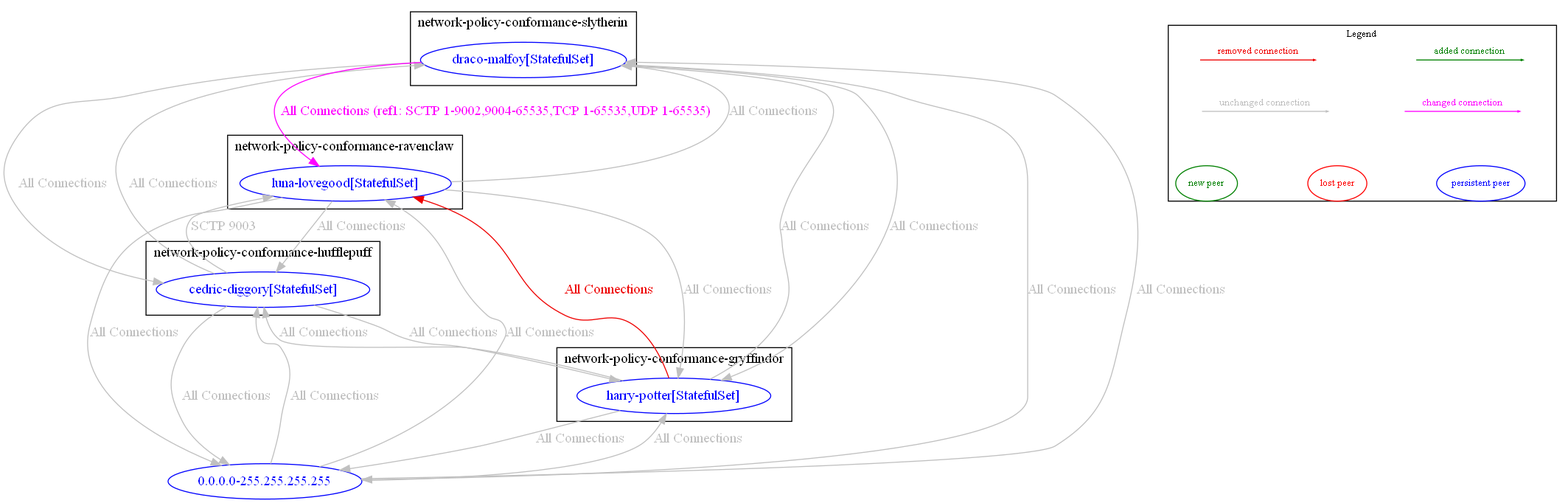
The Graphviz diagram test_outputs/diff/diff_between_anp_test_8_swapping_rules_and_anp_test_8.dot.png in np-guard/netpol-analyzer, before a commit. Its source is kept beside it as test_outputs/diff/diff_between_anp_test_8_swapping_rules_and_anp_test_8.dot.
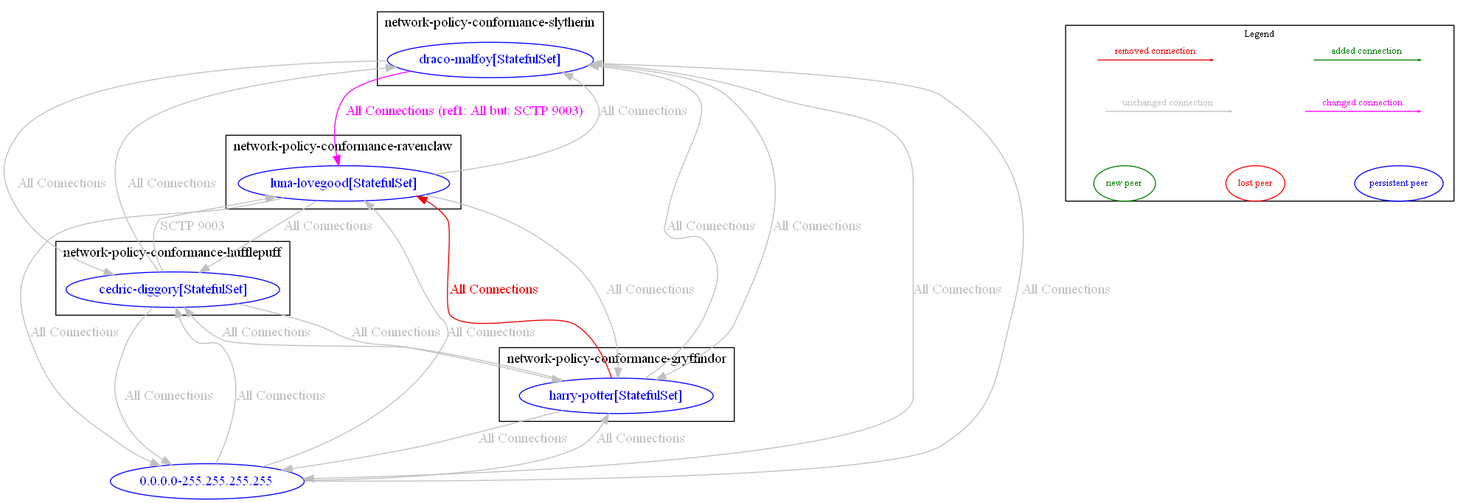
The same diagram one commit later.

The edit, as a diff of the source:
```diff
@@ -35,7 +35,7 @@
 	"network-policy-conformance-slytherin/draco-malfoy[StatefulSet]" -> "0.0.0.0-255.255.255.255" [label="All Connections" color="grey" fontcolor="grey" weight=1]
 	"network-policy-conformance-slytherin/draco-malfoy[StatefulSet]" -> "network-policy-conformance-gryffindor/harry-potter[StatefulSet]" [label="All Connections" color="grey" fontcolor="grey" weight=1]
 	"network-policy-conformance-slytherin/draco-malfoy[StatefulSet]" -> "network-policy-conformance-hufflepuff/cedric-diggory[StatefulSet]" [label="All Connections" color="grey" fontcolor="grey" weight=1]
-	"network-policy-conformance-slytherin/draco-malfoy[StatefulSet]" -> "network-policy-conformance-ravenclaw/luna-lovegood[StatefulSet]" [label="All Connections (ref1: SCTP 1-9002,9004-65535,TCP 1-65535,UDP 1-65535)" color="magenta" fontcolor="magenta" weight=1]
+	"network-policy-conformance-slytherin/draco-malfoy[StatefulSet]" -> "network-policy-conformance-ravenclaw/luna-lovegood[StatefulSet]" [label="All Connections (ref1: All but: SCTP 9003)" color="magenta" fontcolor="magenta" weight=1]
 	nodesep=0.5
 	subgraph cluster_legend {
 		label="Legend"
```
